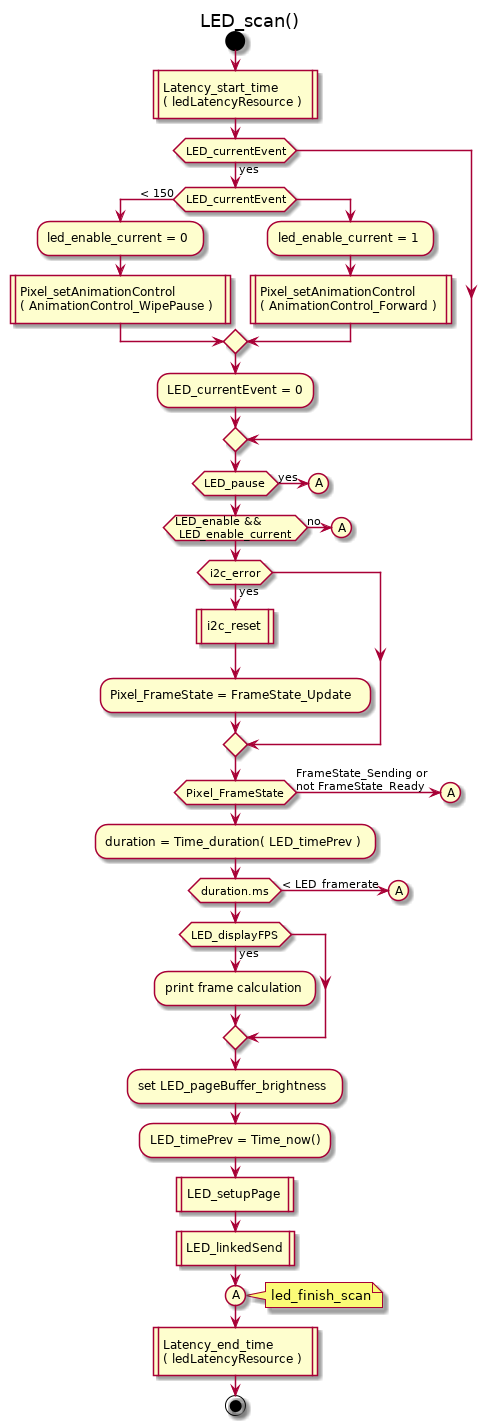
Before: doc/uml/LED_scan.png, a diagram exported from PlantUML (kluelogic/controller).
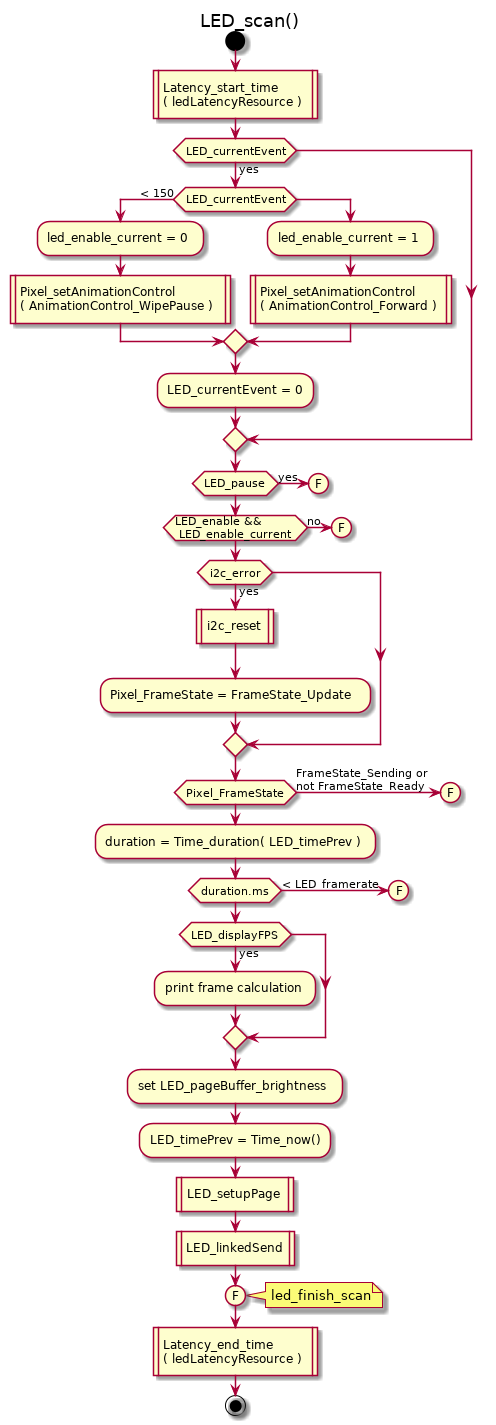
After the commit.

What changed in the source:
```diff
@@ -15,12 +15,12 @@
 endif
 
 if (LED_pause) then (yes)
- (A)
+ (F)
  detach
 endif
 
 if (LED_enable &&\n LED_enable_current ) then (no)
- (A)
+ (F)
  detach
 endif
 
@@ -30,13 +30,13 @@
 endif
 
 if (Pixel_FrameState) then (FrameState_Sending or\nnot FrameState_Ready)
- (A)
+ (F)
  detach
 endif
 
 :duration = Time_duration( LED_timePrev );
 if (duration.ms) then (< LED_framerate)
- (A)
+ (F)
  detach
 endif
 
@@ -49,7 +49,7 @@
 :LED_setupPage|
 :LED_linkedSend|
 
-(A)
+(F)
 note right
  led_finish_scan
 end note
```
